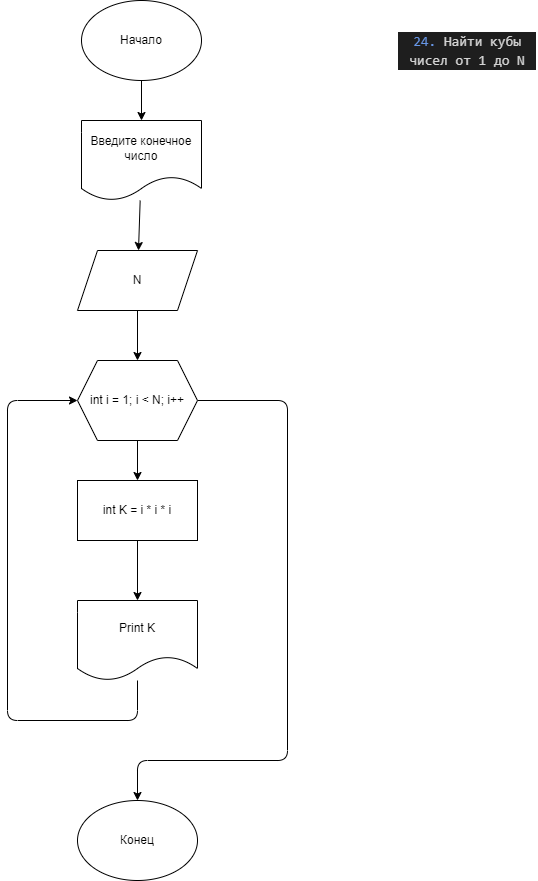
Before: Homework/Homewotk_03/Ex023/diagramma.drawio.png, a diagram exported from draw.io (dvmax1984/Csharp25022023). Source tidied: cells renumbered, new cells last; positions are measured from the earlier drawing's top-left corner, leaving out a move shared by most shapes.
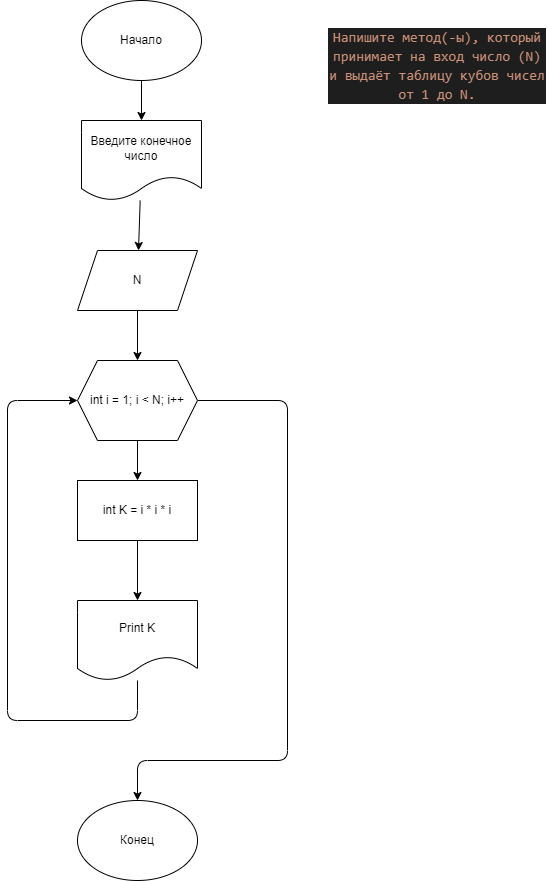
After the commit.

Commit message:
Решил задачу HW03Ex023 методами и классами, с циклом while

The edit, as a diff of the source:
```diff
@@ -2,8 +2,8 @@
   <root>
     <mxCell id="0" />
     <mxCell id="1" parent="0" />
-    <mxCell id="2" value="&lt;div style=&quot;color: rgb(212, 212, 212); background-color: rgb(30, 30, 30); font-family: Consolas, &amp;quot;Courier New&amp;quot;, monospace; font-size: 14px; line-height: 19px;&quot;&gt;&lt;span style=&quot;color: #6796e6;&quot;&gt;24.&lt;/span&gt; Найти кубы чисел от 1 до N&lt;/div&gt;" style="text;strokeColor=none;align=center;fillColor=none;html=1;verticalAlign=middle;whiteSpace=wrap;rounded=0;" parent="1" vertex="1">
-      <mxGeometry x="390" y="10" width="140" height="80" as="geometry" />
+    <mxCell id="2" value="&lt;div style=&quot;color: rgb(212, 212, 212); background-color: rgb(30, 30, 30); font-family: Consolas, &amp;quot;Courier New&amp;quot;, monospace; font-size: 14px; line-height: 19px;&quot;&gt;&lt;div style=&quot;line-height: 19px;&quot;&gt;&lt;span style=&quot;color: #ce9178;&quot;&gt;Напишите метод(-ы), который принимает на вход число (N) и выдаёт таблицу кубов чисел от 1 до N.&lt;/span&gt;&lt;/div&gt;&lt;/div&gt;" style="text;strokeColor=none;align=center;fillColor=none;html=1;verticalAlign=middle;whiteSpace=wrap;rounded=0;" parent="1" vertex="1">
+      <mxGeometry x="320" y="10" width="220" height="110" as="geometry" />
     </mxCell>
     <mxCell id="3" style="edgeStyle=none;html=1;entryX=0.5;entryY=0;entryDx=0;entryDy=0;" parent="1" edge="1" source="4" target="11">
       <mxGeometry relative="1" as="geometry" />
```
